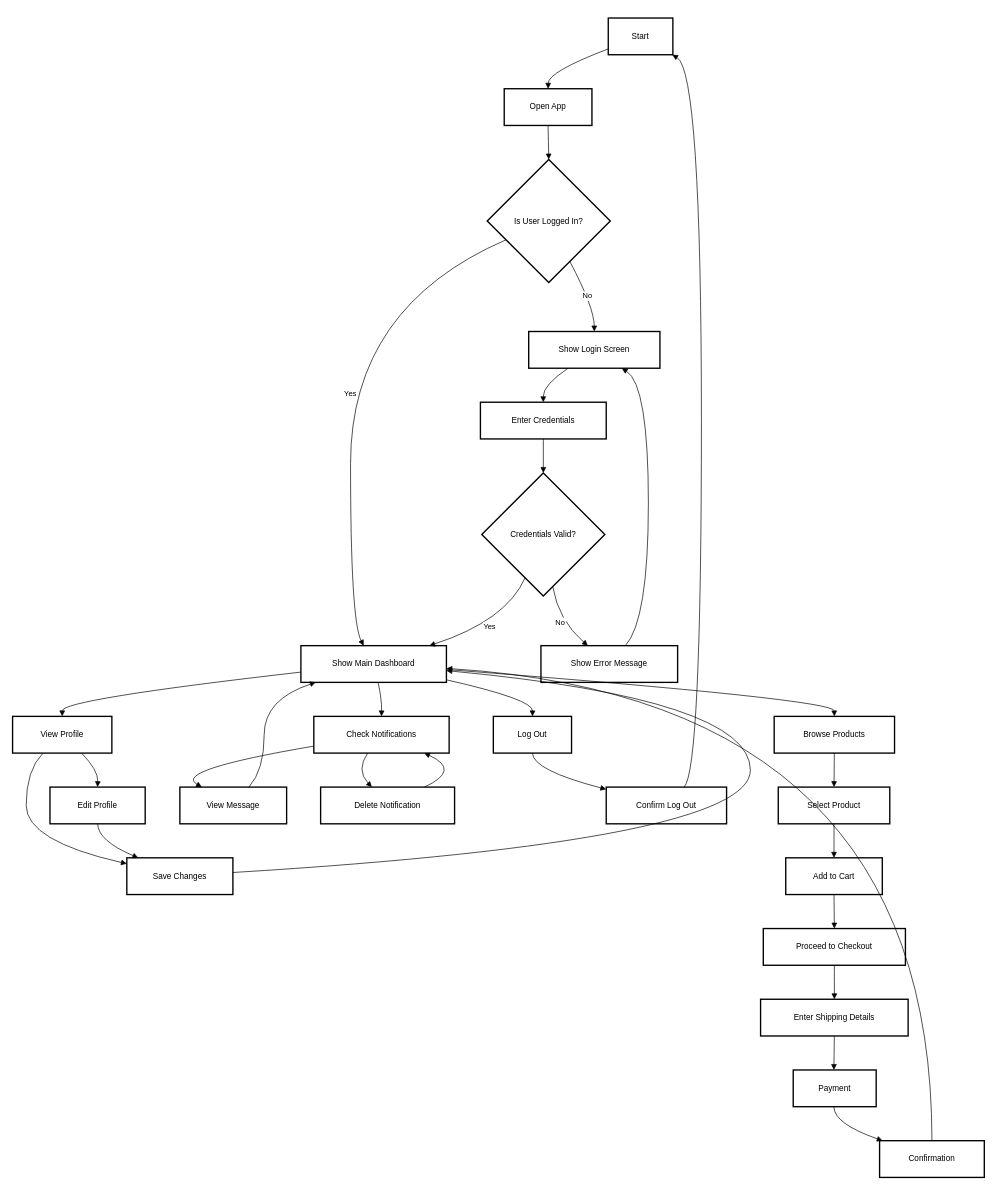
Before: App flow diiagram.drawio in chaunceysun82/MyHandyAI, a draw.io diagram. Source tidied: cells renumbered, new cells numbered last; positions are measured from the earlier drawing's top-left corner, leaving out a move shared by most shapes. Both pictures are drawn from the tidied source at 68%, with x=0, y=0 at pixel (12, 18).
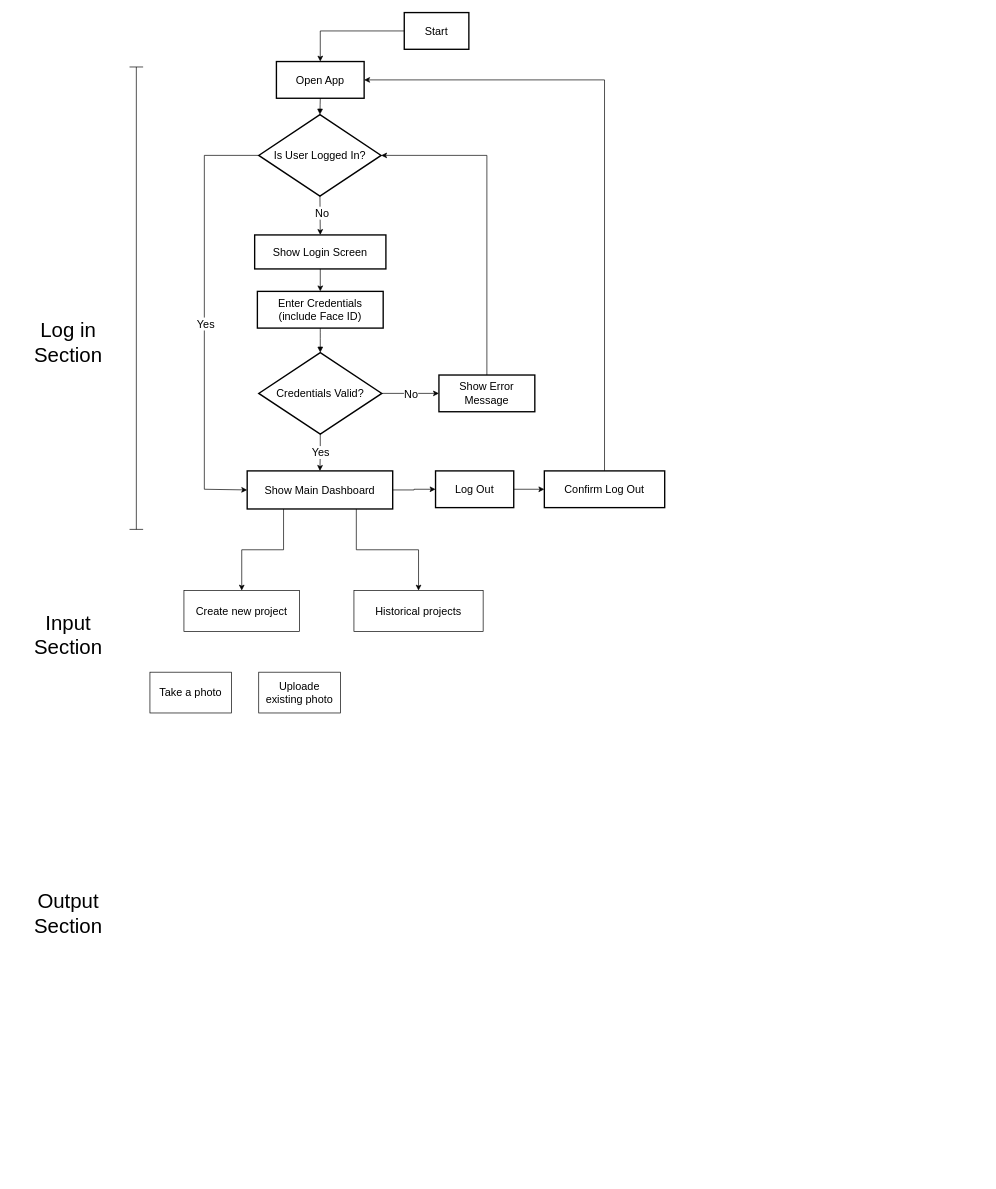
The same page after the edit.

Change to the diagram source:
```diff
@@
+    <mxCell id="25" style="edgeStyle=orthogonalEdgeStyle;rounded=0;jettySize=auto;html=1;exitX=0;exitY=0.5;exitDx=0;exitDy=0;entryX=0.5;entryY=0;entryDx=0;entryDy=0;" parent="1" edge="1" source="2" target="3">
+      <mxGeometry relative="1" as="geometry" />
+    </mxCell>
-    <mxCell id="2" value="Start" style="whiteSpace=wrap;strokeWidth=2;" parent="1" vertex="1">
-      <mxGeometry x="876" width="95" height="54" as="geometry" />
+    <mxCell id="2" value="Start" style="whiteSpace=wrap;strokeWidth=2;fontSize=16;" parent="1" vertex="1">
+      <mxGeometry x="576" y="-8" width="95" height="54" as="geometry" />
     </mxCell>
-    <mxCell id="3" value="Open App" style="whiteSpace=wrap;strokeWidth=2;" parent="1" vertex="1">
-      <mxGeometry x="723" y="104" width="129" height="54" as="geometry" />
+    <mxCell id="3" value="Open App" style="whiteSpace=wrap;strokeWidth=2;fontSize=16;" parent="1" vertex="1">
+      <mxGeometry x="388" y="64" width="129" height="54" as="geometry" />
     </mxCell>
+    <mxCell id="27" style="edgeStyle=orthogonalEdgeStyle;rounded=0;jettySize=auto;html=1;exitX=0;exitY=0.5;exitDx=0;exitDy=0;entryX=0;entryY=0.5;entryDx=0;entryDy=0;" parent="1" edge="1" source="4" target="5">
+      <mxGeometry relative="1" as="geometry">
+        <Array as="points">
+          <mxPoint x="282" y="202" />
+          <mxPoint x="282" y="693" />
+        </Array>
+      </mxGeometry>
+    </mxCell>
+    <mxCell id="55" value="Yes" style="edgeLabel;html=1;align=center;verticalAlign=middle;fontSize=16;" parent="27" vertex="1">
+      <mxGeometry x="0.03" y="1" relative="1" as="geometry" />
+    </mxCell>
-    <mxCell id="4" value="Is User Logged In?" style="rhombus;strokeWidth=2;whiteSpace=wrap;" parent="1" vertex="1">
-      <mxGeometry x="698" y="208" width="181" height="181" as="geometry" />
+    <mxCell id="4" value="Is User Logged In?" style="rhombus;strokeWidth=2;whiteSpace=wrap;fontSize=16;" parent="1" vertex="1">
+      <mxGeometry x="362" y="142" width="180" height="120" as="geometry" />
     </mxCell>
+    <mxCell id="37" style="edgeStyle=orthogonalEdgeStyle;rounded=0;jettySize=auto;html=1;exitX=1;exitY=0.5;exitDx=0;exitDy=0;entryX=0;entryY=0.5;entryDx=0;entryDy=0;" parent="1" edge="1" source="5" target="13">
+      <mxGeometry relative="1" as="geometry" />
+    </mxCell>
+    <mxCell id="56" style="edgeStyle=orthogonalEdgeStyle;rounded=0;jettySize=auto;html=1;exitX=0.75;exitY=1;exitDx=0;exitDy=0;" parent="1" edge="1" source="5" target="61">
+      <mxGeometry relative="1" as="geometry" />
+    </mxCell>
-    <mxCell id="5" value="Show Main Dashboard" style="whiteSpace=wrap;strokeWidth=2;" parent="1" vertex="1">
-      <mxGeometry x="424" y="923" width="214" height="54" as="geometry" />
+    <mxCell id="5" value="Show Main Dashboard" style="whiteSpace=wrap;strokeWidth=2;fontSize=16;" parent="1" vertex="1">
+      <mxGeometry x="345" y="666" width="214" height="56" as="geometry" />
     </mxCell>
-    <mxCell id="6" value="Show Login Screen" style="whiteSpace=wrap;strokeWidth=2;" parent="1" vertex="1">
-      <mxGeometry x="759" y="461" width="193" height="54" as="geometry" />
+    <mxCell id="6" value="Show Login Screen" style="whiteSpace=wrap;strokeWidth=2;fontSize=16;" parent="1" vertex="1">
+      <mxGeometry x="356" y="319" width="193" height="50" as="geometry" />
     </mxCell>
-    <mxCell id="7" value="Enter Credentials" style="whiteSpace=wrap;strokeWidth=2;" parent="1" vertex="1">
-      <mxGeometry x="688" y="565" width="185" height="54" as="geometry" />
+    <mxCell id="7" value="Enter Credentials (include Face ID)" style="whiteSpace=wrap;strokeWidth=2;fontSize=16;" parent="1" vertex="1">
+      <mxGeometry x="360" y="402" width="185" height="54" as="geometry" />
     </mxCell>
+    <mxCell id="31" style="edgeStyle=orthogonalEdgeStyle;rounded=0;jettySize=auto;html=1;exitX=0.5;exitY=1;exitDx=0;exitDy=0;entryX=0.5;entryY=0;entryDx=0;entryDy=0;" parent="1" edge="1" source="8" target="5">
+      <mxGeometry relative="1" as="geometry" />
+    </mxCell>
+    <mxCell id="57" value="Yes" style="edgeLabel;html=1;align=center;verticalAlign=middle;fontSize=16;" parent="31" vertex="1">
+      <mxGeometry x="-0.05" relative="1" as="geometry" />
+    </mxCell>
-    <mxCell id="8" value="Credentials Valid?" style="rhombus;strokeWidth=2;whiteSpace=wrap;" parent="1" vertex="1">
-      <mxGeometry x="690" y="669" width="181" height="181" as="geometry" />
+    <mxCell id="8" value="Credentials Valid?" style="rhombus;strokeWidth=2;whiteSpace=wrap;fontSize=16;" parent="1" vertex="1">
+      <mxGeometry x="362" y="492" width="181" height="120" as="geometry" />
     </mxCell>
+    <mxCell id="58" style="edgeStyle=orthogonalEdgeStyle;rounded=0;jettySize=auto;html=1;exitX=0.5;exitY=0;exitDx=0;exitDy=0;entryX=1;entryY=0.5;entryDx=0;entryDy=0;" parent="1" edge="1" source="9" target="4">
+      <mxGeometry relative="1" as="geometry" />
+    </mxCell>
-    <mxCell id="9" value="Show Error Message" style="whiteSpace=wrap;strokeWidth=2;" parent="1" vertex="1">
-      <mxGeometry x="777" y="923" width="201" height="54" as="geometry" />
+    <mxCell id="9" value="Show Error Message" style="whiteSpace=wrap;strokeWidth=2;fontSize=16;" parent="1" vertex="1">
+      <mxGeometry x="627" y="525" width="141" height="54" as="geometry" />
     </mxCell>
-    <mxCell id="10" value="View Profile" style="whiteSpace=wrap;strokeWidth=2;" parent="1" vertex="1">
-      <mxGeometry y="1027" width="146" height="54" as="geometry" />
-    </mxCell>
-    <mxCell id="11" value="Browse Products" style="whiteSpace=wrap;strokeWidth=2;" parent="1" vertex="1">
-      <mxGeometry x="1120" y="1027" width="177" height="54" as="geometry" />
-    </mxCell>
-    <mxCell id="12" value="Check Notifications" style="whiteSpace=wrap;strokeWidth=2;" parent="1" vertex="1">
-      <mxGeometry x="443" y="1027" width="199" height="54" as="geometry" />
-    </mxCell>
+    <mxCell id="53" style="edgeStyle=orthogonalEdgeStyle;rounded=0;jettySize=auto;html=1;exitX=1;exitY=0.5;exitDx=0;exitDy=0;entryX=0;entryY=0.5;entryDx=0;entryDy=0;" parent="1" edge="1" source="13" target="24">
+      <mxGeometry relative="1" as="geometry" />
+    </mxCell>
-    <mxCell id="13" value="Log Out" style="whiteSpace=wrap;strokeWidth=2;" parent="1" vertex="1">
-      <mxGeometry x="707" y="1027" width="115" height="54" as="geometry" />
+    <mxCell id="13" value="Log Out" style="whiteSpace=wrap;strokeWidth=2;fontSize=16;" parent="1" vertex="1">
+      <mxGeometry x="622" y="666" width="115" height="54" as="geometry" />
     </mxCell>
-    <mxCell id="14" value="Edit Profile" style="whiteSpace=wrap;strokeWidth=2;" parent="1" vertex="1">
-      <mxGeometry x="55" y="1131" width="140" height="54" as="geometry" />
-    </mxCell>
-    <mxCell id="15" value="Save Changes" style="whiteSpace=wrap;strokeWidth=2;" parent="1" vertex="1">
-      <mxGeometry x="168" y="1235" width="156" height="54" as="geometry" />
-    </mxCell>
-    <mxCell id="16" value="Select Product" style="whiteSpace=wrap;strokeWidth=2;" parent="1" vertex="1">
-      <mxGeometry x="1126" y="1131" width="164" height="54" as="geometry" />
-    </mxCell>
-    <mxCell id="17" value="Add to Cart" style="whiteSpace=wrap;strokeWidth=2;" parent="1" vertex="1">
-      <mxGeometry x="1137" y="1235" width="142" height="54" as="geometry" />
-    </mxCell>
-    <mxCell id="18" value="Proceed to Checkout" style="whiteSpace=wrap;strokeWidth=2;" parent="1" vertex="1">
-      <mxGeometry x="1104" y="1339" width="209" height="54" as="geometry" />
-    </mxCell>
-    <mxCell id="19" value="Enter Shipping Details" style="whiteSpace=wrap;strokeWidth=2;" parent="1" vertex="1">
-      <mxGeometry x="1100" y="1443" width="217" height="54" as="geometry" />
-    </mxCell>
-    <mxCell id="20" value="Payment" style="whiteSpace=wrap;strokeWidth=2;" parent="1" vertex="1">
-      <mxGeometry x="1148" y="1547" width="122" height="54" as="geometry" />
-    </mxCell>
-    <mxCell id="21" value="Confirmation" style="whiteSpace=wrap;strokeWidth=2;" parent="1" vertex="1">
-      <mxGeometry x="1275" y="1651" width="154" height="54" as="geometry" />
-    </mxCell>
-    <mxCell id="22" value="View Message" style="whiteSpace=wrap;strokeWidth=2;" parent="1" vertex="1">
-      <mxGeometry x="246" y="1131" width="157" height="54" as="geometry" />
-    </mxCell>
-    <mxCell id="23" value="Delete Notification" style="whiteSpace=wrap;strokeWidth=2;" parent="1" vertex="1">
-      <mxGeometry x="453" y="1131" width="197" height="54" as="geometry" />
-    </mxCell>
+    <mxCell id="59" style="edgeStyle=orthogonalEdgeStyle;rounded=0;jettySize=auto;html=1;exitX=0.5;exitY=0;exitDx=0;exitDy=0;entryX=1;entryY=0.5;entryDx=0;entryDy=0;" parent="1" edge="1" source="24" target="3">
+      <mxGeometry relative="1" as="geometry" />
+    </mxCell>
-    <mxCell id="24" value="Confirm Log Out" style="whiteSpace=wrap;strokeWidth=2;" parent="1" vertex="1">
-      <mxGeometry x="873" y="1131" width="177" height="54" as="geometry" />
+    <mxCell id="24" value="Confirm Log Out" style="whiteSpace=wrap;strokeWidth=2;fontSize=16;" parent="1" vertex="1">
+      <mxGeometry x="782" y="666" width="177" height="54" as="geometry" />
     </mxCell>
-    <mxCell id="25" style="curved=1;startArrow=none;endArrow=block;exitX=0;exitY=0.84;entryX=0.5;entryY=0;" parent="1" edge="1" source="2" target="3">
-      <mxGeometry relative="1" as="geometry">
-        <Array as="points">
-          <mxPoint x="788" y="79" />
-        </Array>
-      </mxGeometry>
-    </mxCell>
@@
-    <mxCell id="27" value="Yes" style="curved=1;startArrow=none;endArrow=block;exitX=0;exitY=0.72;entryX=0.43;entryY=-0.01;" parent="1" edge="1" source="4" target="5">
-      <mxGeometry relative="1" as="geometry">
-        <Array as="points">
-          <mxPoint x="497" y="425" />
-          <mxPoint x="497" y="886" />
-        </Array>
-      </mxGeometry>
-    </mxCell>
+    <mxCell id="30" style="curved=1;startArrow=none;endArrow=block;exitX=0.5;exitY=1;entryX=0.5;entryY=0;" parent="1" edge="1" source="7" target="8">
+      <mxGeometry relative="1" as="geometry" />
+    </mxCell>
+    <mxCell id="60" value="Create new project" style="rounded=0;whiteSpace=wrap;html=1;fontSize=16;" parent="1" vertex="1">
+      <mxGeometry x="252" y="842" width="170" height="60" as="geometry" />
+    </mxCell>
+    <mxCell id="61" value="Historical projects" style="rounded=0;whiteSpace=wrap;html=1;fontSize=16;" parent="1" vertex="1">
+      <mxGeometry x="502" y="842" width="190" height="60" as="geometry" />
+    </mxCell>
+    <mxCell id="62" value="Take a photo" style="rounded=0;whiteSpace=wrap;html=1;fontSize=16;" parent="1" vertex="1">
+      <mxGeometry x="202" y="962" width="120" height="60" as="geometry" />
+    </mxCell>
+    <mxCell id="63" value="Uploade existing photo" style="rounded=0;whiteSpace=wrap;html=1;fontSize=16;" parent="1" vertex="1">
+      <mxGeometry x="362" y="962" width="120" height="60" as="geometry" />
+    </mxCell>
+    <mxCell id="64" value="&lt;font style=&quot;font-size: 30px;&quot;&gt;Log in Section&lt;/font&gt;" style="text;html=1;align=center;verticalAlign=middle;whiteSpace=wrap;rounded=0;" parent="1" vertex="1">
+      <mxGeometry x="52" y="462" width="60" height="30" as="geometry" />
+    </mxCell>
-    <mxCell id="28" value="No" style="curved=1;startArrow=none;endArrow=block;exitX=0.76;exitY=1;entryX=0.5;entryY=0;" parent="1" edge="1" source="4" target="6">
-      <mxGeometry relative="1" as="geometry">
-        <Array as="points">
-          <mxPoint x="855" y="425" />
-        </Array>
-      </mxGeometry>
+    <mxCell id="28" style="endArrow=classic;html=1;rounded=0;exitX=0.5;exitY=1;exitDx=0;exitDy=0;entryX=0.5;entryY=0;entryDx=0;entryDy=0;" parent="1" edge="1" source="4" target="6">
+      <mxGeometry relative="1" as="geometry" />
     </mxCell>
+    <mxCell id="65" value="No" style="edgeLabel;html=1;align=center;verticalAlign=middle;fontSize=16;" parent="28" vertex="1">
+      <mxGeometry x="-0.11" y="2" relative="1" as="geometry" />
+    </mxCell>
-    <mxCell id="29" style="curved=1;startArrow=none;endArrow=block;exitX=0.3;exitY=1;entryX=0.5;entryY=0;" parent="1" edge="1" source="6" target="7">
-      <mxGeometry relative="1" as="geometry">
-        <Array as="points">
-          <mxPoint x="780" y="540" />
-        </Array>
-      </mxGeometry>
+    <mxCell id="29" style="endArrow=classic;html=1;rounded=0;exitX=0.5;exitY=1;exitDx=0;exitDy=0;" parent="1" edge="1" source="6" target="7">
+      <mxGeometry relative="1" as="geometry" />
     </mxCell>
-    <mxCell id="30" style="curved=1;startArrow=none;endArrow=block;exitX=0.5;exitY=1;entryX=0.5;entryY=0;" parent="1" edge="1" source="7" target="8">
-      <mxGeometry relative="1" as="geometry" />
-    </mxCell>
-    <mxCell id="31" value="Yes" style="curved=1;startArrow=none;endArrow=block;exitX=0.29;exitY=1;entryX=0.89;entryY=-0.01;" parent="1" edge="1" source="8" target="5">
-      <mxGeometry relative="1" as="geometry">
-        <Array as="points">
-          <mxPoint x="726" y="886" />
-        </Array>
-      </mxGeometry>
-    </mxCell>
-    <mxCell id="32" value="No" style="curved=1;startArrow=none;endArrow=block;exitX=0.59;exitY=1;entryX=0.34;entryY=-0.01;" parent="1" edge="1" source="8" target="9">
-      <mxGeometry relative="1" as="geometry">
-        <Array as="points">
-          <mxPoint x="803" y="886" />
-        </Array>
-      </mxGeometry>
+    <mxCell id="32" style="endArrow=classic;html=1;rounded=0;exitX=1;exitY=0.5;exitDx=0;exitDy=0;entryX=0;entryY=0.5;entryDx=0;entryDy=0;" parent="1" edge="1" source="8" target="9">
+      <mxGeometry relative="1" as="geometry" />
     </mxCell>
-    <mxCell id="33" style="curved=1;startArrow=none;endArrow=block;exitX=0.62;exitY=-0.01;entryX=0.71;entryY=1;" parent="1" edge="1" source="9" target="6">
-      <mxGeometry relative="1" as="geometry">
-        <Array as="points">
-          <mxPoint x="935" y="886" />
-          <mxPoint x="935" y="540" />
-        </Array>
-      </mxGeometry>
-    </mxCell>
-    <mxCell id="34" style="curved=1;startArrow=none;endArrow=block;exitX=0;exitY=0.72;entryX=0.5;entryY=-0.01;" parent="1" edge="1" source="5" target="10">
-      <mxGeometry relative="1" as="geometry">
-        <Array as="points">
-          <mxPoint x="73" y="1002" />
-        </Array>
-      </mxGeometry>
-    </mxCell>
-    <mxCell id="35" style="curved=1;startArrow=none;endArrow=block;exitX=1;exitY=0.65;entryX=0.5;entryY=-0.01;" parent="1" edge="1" source="5" target="11">
-      <mxGeometry relative="1" as="geometry">
-        <Array as="points">
-          <mxPoint x="1208" y="1002" />
-        </Array>
-      </mxGeometry>
-    </mxCell>
-    <mxCell id="36" style="curved=1;startArrow=none;endArrow=block;exitX=0.53;exitY=0.99;entryX=0.5;entryY=-0.01;" parent="1" edge="1" source="5" target="12">
-      <mxGeometry relative="1" as="geometry">
-        <Array as="points">
-          <mxPoint x="543" y="1002" />
-        </Array>
-      </mxGeometry>
-    </mxCell>
-    <mxCell id="37" style="curved=1;startArrow=none;endArrow=block;exitX=1;exitY=0.93;entryX=0.5;entryY=-0.01;" parent="1" edge="1" source="5" target="13">
-      <mxGeometry relative="1" as="geometry">
-        <Array as="points">
-          <mxPoint x="765" y="1002" />
-        </Array>
-      </mxGeometry>
-    </mxCell>
-    <mxCell id="38" style="curved=1;startArrow=none;endArrow=block;exitX=0.69;exitY=0.99;entryX=0.5;entryY=-0.01;" parent="1" edge="1" source="10" target="14">
-      <mxGeometry relative="1" as="geometry">
-        <Array as="points">
-          <mxPoint x="126" y="1106" />
-        </Array>
-      </mxGeometry>
-    </mxCell>
-    <mxCell id="39" style="curved=1;startArrow=none;endArrow=block;exitX=0.31;exitY=0.99;entryX=0;entryY=0.16;" parent="1" edge="1" source="10" target="15">
-      <mxGeometry relative="1" as="geometry">
-        <Array as="points">
-          <mxPoint x="20" y="1106" />
-          <mxPoint x="20" y="1210" />
-        </Array>
-      </mxGeometry>
-    </mxCell>
-    <mxCell id="40" style="curved=1;startArrow=none;endArrow=block;exitX=0.5;exitY=0.99;entryX=0.1;entryY=-0.01;" parent="1" edge="1" source="14" target="15">
-      <mxGeometry relative="1" as="geometry">
-        <Array as="points">
-          <mxPoint x="126" y="1210" />
-        </Array>
-      </mxGeometry>
-    </mxCell>
-    <mxCell id="41" style="curved=1;startArrow=none;endArrow=block;exitX=1;exitY=0.4;entryX=1;entryY=0.68;" parent="1" edge="1" source="15" target="5">
-      <mxGeometry relative="1" as="geometry">
-        <Array as="points">
-          <mxPoint x="1085" y="1210" />
-          <mxPoint x="1085" y="1002" />
-        </Array>
-      </mxGeometry>
-    </mxCell>
-    <mxCell id="42" style="curved=1;startArrow=none;endArrow=block;exitX=0.5;exitY=0.99;entryX=0.5;entryY=-0.01;" parent="1" edge="1" source="11" target="16">
-      <mxGeometry relative="1" as="geometry" />
-    </mxCell>
-    <mxCell id="43" style="curved=1;startArrow=none;endArrow=block;exitX=0.5;exitY=0.99;entryX=0.5;entryY=-0.01;" parent="1" edge="1" source="16" target="17">
-      <mxGeometry relative="1" as="geometry" />
-    </mxCell>
-    <mxCell id="44" style="curved=1;startArrow=none;endArrow=block;exitX=0.5;exitY=0.99;entryX=0.5;entryY=-0.01;" parent="1" edge="1" source="17" target="18">
-      <mxGeometry relative="1" as="geometry" />
-    </mxCell>
-    <mxCell id="45" style="curved=1;startArrow=none;endArrow=block;exitX=0.5;exitY=0.99;entryX=0.5;entryY=-0.01;" parent="1" edge="1" source="18" target="19">
-      <mxGeometry relative="1" as="geometry" />
-    </mxCell>
-    <mxCell id="46" style="curved=1;startArrow=none;endArrow=block;exitX=0.5;exitY=0.99;entryX=0.49;entryY=-0.01;" parent="1" edge="1" source="19" target="20">
-      <mxGeometry relative="1" as="geometry" />
-    </mxCell>
-    <mxCell id="47" style="curved=1;startArrow=none;endArrow=block;exitX=0.49;exitY=0.99;entryX=0.02;entryY=-0.01;" parent="1" edge="1" source="20" target="21">
-      <mxGeometry relative="1" as="geometry">
-        <Array as="points">
-          <mxPoint x="1208" y="1626" />
-        </Array>
-      </mxGeometry>
-    </mxCell>
-    <mxCell id="48" style="curved=1;startArrow=none;endArrow=block;exitX=0.5;exitY=-0.01;entryX=1;entryY=0.62;" parent="1" edge="1" source="21" target="5">
-      <mxGeometry relative="1" as="geometry">
-        <Array as="points">
-          <mxPoint x="1352" y="1002" />
-        </Array>
-      </mxGeometry>
-    </mxCell>
-    <mxCell id="49" style="curved=1;startArrow=none;endArrow=block;exitX=0;exitY=0.81;entryX=0.2;entryY=-0.01;" parent="1" edge="1" source="12" target="22">
-      <mxGeometry relative="1" as="geometry">
-        <Array as="points">
-          <mxPoint x="235" y="1106" />
-        </Array>
-      </mxGeometry>
-    </mxCell>
-    <mxCell id="50" style="curved=1;startArrow=none;endArrow=block;exitX=0.4;exitY=0.99;entryX=0.38;entryY=-0.01;" parent="1" edge="1" source="12" target="23">
-      <mxGeometry relative="1" as="geometry">
-        <Array as="points">
-          <mxPoint x="505" y="1106" />
-        </Array>
-      </mxGeometry>
-    </mxCell>
-    <mxCell id="51" style="curved=1;startArrow=none;endArrow=block;exitX=0.78;exitY=-0.01;entryX=0.81;entryY=0.99;" parent="1" edge="1" source="23" target="12">
-      <mxGeometry relative="1" as="geometry">
-        <Array as="points">
-          <mxPoint x="660" y="1106" />
-        </Array>
-      </mxGeometry>
-    </mxCell>
-    <mxCell id="52" style="curved=1;startArrow=none;endArrow=block;exitX=0.65;exitY=-0.01;entryX=0.11;entryY=0.99;" parent="1" edge="1" source="22" target="5">
-      <mxGeometry relative="1" as="geometry">
-        <Array as="points">
-          <mxPoint x="370" y="1106" />
-          <mxPoint x="370" y="1002" />
-        </Array>
-      </mxGeometry>
-    </mxCell>
-    <mxCell id="53" style="curved=1;startArrow=none;endArrow=block;exitX=0.5;exitY=0.99;entryX=0;entryY=0.06;" parent="1" edge="1" source="13" target="24">
-      <mxGeometry relative="1" as="geometry">
-        <Array as="points">
-          <mxPoint x="765" y="1106" />
-        </Array>
-      </mxGeometry>
-    </mxCell>
-    <mxCell id="54" style="curved=1;startArrow=none;endArrow=block;exitX=0.65;exitY=-0.01;entryX=0.99;entryY=1;" parent="1" edge="1" source="24" target="2">
-      <mxGeometry relative="1" as="geometry">
-        <Array as="points">
-          <mxPoint x="1013" y="1106" />
-          <mxPoint x="1013" y="79" />
-        </Array>
-      </mxGeometry>
-    </mxCell>
+    <mxCell id="66" value="No" style="edgeLabel;html=1;align=center;verticalAlign=middle;fontSize=16;" parent="32" vertex="1">
+      <mxGeometry relative="1" as="geometry" />
+    </mxCell>
+    <mxCell id="67" style="edgeStyle=orthogonalEdgeStyle;rounded=0;jettySize=auto;html=1;exitX=0.25;exitY=1;exitDx=0;exitDy=0;entryX=0.5;entryY=0;entryDx=0;entryDy=0;" parent="1" edge="1" source="5" target="60">
+      <mxGeometry relative="1" as="geometry" />
+    </mxCell>
+    <mxCell id="68" style="shape=crossbar;whiteSpace=wrap;html=1;rounded=1;direction=south;" parent="1" vertex="1">
+      <mxGeometry x="172" y="72" width="20" height="680" as="geometry" />
+    </mxCell>
+    <mxCell id="69" value="&lt;font style=&quot;font-size: 30px;&quot;&gt;Input Section&lt;/font&gt;" style="text;html=1;align=center;verticalAlign=middle;whiteSpace=wrap;rounded=0;" parent="1" vertex="1">
+      <mxGeometry x="52" y="892" width="60" height="30" as="geometry" />
+    </mxCell>
+    <mxCell id="70" value="&lt;font style=&quot;font-size: 30px;&quot;&gt;Output Section&lt;/font&gt;" style="text;html=1;align=center;verticalAlign=middle;whiteSpace=wrap;rounded=0;" parent="1" vertex="1">
+      <mxGeometry x="52" y="1302" width="60" height="30" as="geometry" />
+    </mxCell>
```
